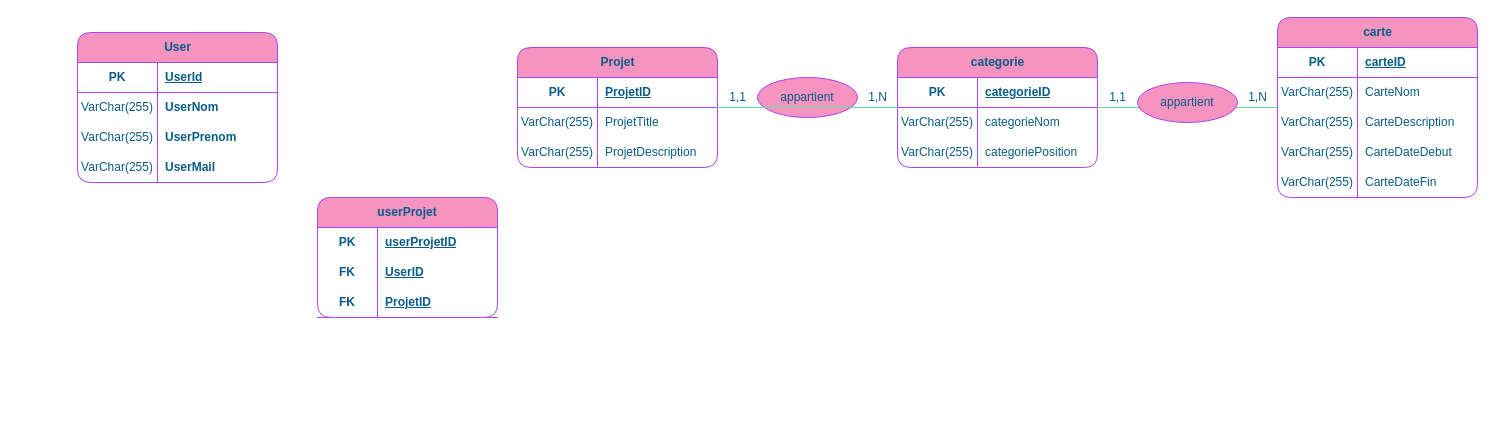
This is page "MLD" (2 of 2) of projets_fin_annee/site/UAA12/UAA12-25.drawio from Solune-Petit/2024-2025, a draw.io file, before an edit. Source tidied: cells renumbered, new cells numbered last; positions are measured from the earlier drawing's top-left corner, leaving out a move shared by most shapes. Both pictures are drawn from the tidied source at 100%, with x=0, y=0 at pixel (77, 17).
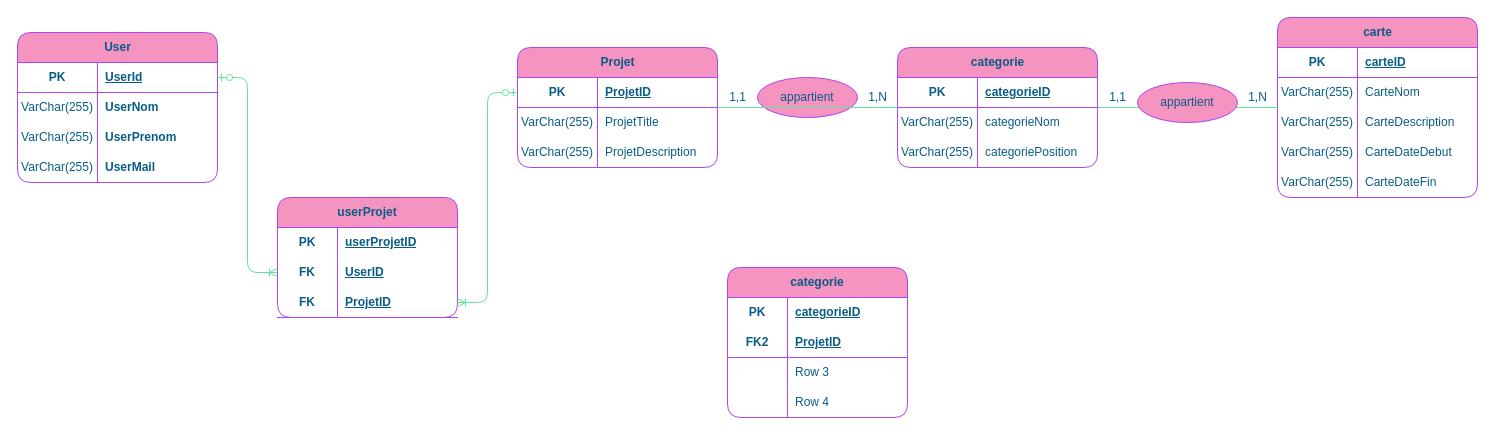
Above is the later version.

Commit message (it also covers changes not shown here):
Mettre à jour UAA12-25.drawio

Unchanged cells that the change refers to:
```xml
<mxCell id="3" style="shape=tableRow;horizontal=0;startSize=0;swimlaneHead=0;swimlaneBody=0;fillColor=none;points=[[0,0.5],[1,0.5]];portConstraint=eastwest;top=0;left=0;right=0;bottom=1;labelBackgroundColor=none;strokeColor=#AF45ED;fontColor=#095C86;rounded=1;" parent="2" vertex="1">
  <mxGeometry y="30" width="200" height="30" as="geometry" />
</mxCell>
<mxCell id="16" style="shape=tableRow;horizontal=0;startSize=0;swimlaneHead=0;swimlaneBody=0;fillColor=none;points=[[0,0.5],[1,0.5]];portConstraint=eastwest;top=0;left=0;right=0;bottom=1;labelBackgroundColor=none;strokeColor=#AF45ED;fontColor=#095C86;rounded=1;" parent="15" vertex="1">
  <mxGeometry y="30" width="200" height="30" as="geometry" />
</mxCell>
<mxCell id="63" style="shape=tableRow;horizontal=0;startSize=0;swimlaneHead=0;swimlaneBody=0;fillColor=none;points=[[0,0.5],[1,0.5]];portConstraint=eastwest;top=0;left=0;right=0;bottom=0;html=1;labelBackgroundColor=none;strokeColor=#AF45ED;fontColor=#095C86;rounded=1;" parent="59" vertex="1">
  <mxGeometry y="60" width="180" height="30" as="geometry" />
</mxCell>
<mxCell id="66" style="shape=tableRow;horizontal=0;startSize=0;swimlaneHead=0;swimlaneBody=0;fillColor=none;points=[[0,0.5],[1,0.5]];portConstraint=eastwest;top=0;left=0;right=0;bottom=1;html=1;labelBackgroundColor=none;strokeColor=#AF45ED;fontColor=#095C86;rounded=1;" parent="59" vertex="1">
  <mxGeometry y="90" width="180" height="30" as="geometry" />
</mxCell>
```

The edit, as a diff of the source:
```diff
@@
     <mxCell id="2" value="User" style="shape=table;startSize=30;childLayout=tableLayout;rowLines=0;fontStyle=1;align=center;html=1;labelBackgroundColor=none;fillColor=#F694C1;strokeColor=#AF45ED;fontColor=#095C86;rounded=1;" parent="1" vertex="1">
-      <mxGeometry y="15" width="200" height="150" as="geometry" />
+      <mxGeometry x="-60" y="15" width="200" height="150" as="geometry" />
     </mxCell>
@@
     <mxCell id="59" value="userProjet" style="shape=table;startSize=30;childLayout=tableLayout;rowLines=0;fontStyle=1;align=center;html=1;whiteSpace=wrap;labelBackgroundColor=none;fillColor=#F694C1;strokeColor=#AF45ED;fontColor=#095C86;rounded=1;" parent="1" vertex="1">
-      <mxGeometry x="240" y="180" width="180" height="120" as="geometry" />
+      <mxGeometry x="200" y="180" width="180" height="120" as="geometry" />
     </mxCell>
@@
+    <mxCell id="69" style="edgeStyle=entityRelationEdgeStyle;fontSize=12;html=1;endArrow=ERoneToMany;startArrow=ERzeroToOne;rounded=1;strokeColor=#60E696;fontColor=#095C86;fillColor=#F694C1;" parent="1" edge="1" source="3" target="63">
+      <mxGeometry relative="1" as="geometry" />
+    </mxCell>
+    <mxCell id="70" style="edgeStyle=entityRelationEdgeStyle;fontSize=12;html=1;endArrow=ERoneToMany;startArrow=ERzeroToOne;rounded=1;strokeColor=#60E696;fontColor=#095C86;fillColor=#F694C1;" parent="1" edge="1" source="16" target="66">
+      <mxGeometry relative="1" as="geometry" />
+    </mxCell>
+    <mxCell id="71" value="&lt;span style=&quot;text-wrap-mode: nowrap;&quot;&gt;categorie&lt;/span&gt;" style="shape=table;startSize=30;childLayout=tableLayout;rowLines=0;fontStyle=1;align=center;html=1;whiteSpace=wrap;rounded=1;strokeColor=#AF45ED;fontColor=#095C86;fillColor=#F694C1;" parent="1" vertex="1">
+      <mxGeometry x="650" y="250" width="180" height="150" as="geometry" />
+    </mxCell>
+    <mxCell id="72" style="shape=tableRow;horizontal=0;startSize=0;swimlaneHead=0;swimlaneBody=0;fillColor=none;top=0;left=0;right=0;bottom=0;html=1;rounded=1;strokeColor=#AF45ED;fontColor=#095C86;" parent="71" vertex="1">
+      <mxGeometry y="30" width="180" height="30" as="geometry" />
+    </mxCell>
+    <mxCell id="73" value="PK" style="shape=partialRectangle;fillColor=none;top=0;left=0;bottom=0;right=0;fontStyle=1;overflow=hidden;html=1;whiteSpace=wrap;rounded=1;strokeColor=#AF45ED;fontColor=#095C86;" parent="72" vertex="1">
+      <mxGeometry width="60" height="30" as="geometry" />
+    </mxCell>
+    <mxCell id="74" value="categorieID" style="shape=partialRectangle;fillColor=none;top=0;left=0;bottom=0;right=0;align=left;spacingLeft=6;fontStyle=5;overflow=hidden;html=1;whiteSpace=wrap;rounded=1;strokeColor=#AF45ED;fontColor=#095C86;" parent="72" vertex="1">
+      <mxGeometry x="60" width="120" height="30" as="geometry" />
+    </mxCell>
+    <mxCell id="75" style="shape=tableRow;horizontal=0;startSize=0;swimlaneHead=0;swimlaneBody=0;fillColor=none;top=0;left=0;right=0;bottom=1;html=1;rounded=1;strokeColor=#AF45ED;fontColor=#095C86;" parent="71" vertex="1">
+      <mxGeometry y="60" width="180" height="30" as="geometry" />
+    </mxCell>
+    <mxCell id="76" value="FK2" style="shape=partialRectangle;fillColor=none;top=0;left=0;bottom=0;right=0;fontStyle=1;overflow=hidden;html=1;whiteSpace=wrap;rounded=1;strokeColor=#AF45ED;fontColor=#095C86;" parent="75" vertex="1">
+      <mxGeometry width="60" height="30" as="geometry" />
+    </mxCell>
+    <mxCell id="77" value="ProjetID" style="shape=partialRectangle;fillColor=none;top=0;left=0;bottom=0;right=0;align=left;spacingLeft=6;fontStyle=5;overflow=hidden;html=1;whiteSpace=wrap;rounded=1;strokeColor=#AF45ED;fontColor=#095C86;" parent="75" vertex="1">
+      <mxGeometry x="60" width="120" height="30" as="geometry" />
+    </mxCell>
+    <mxCell id="78" style="shape=tableRow;horizontal=0;startSize=0;swimlaneHead=0;swimlaneBody=0;fillColor=none;top=0;left=0;right=0;bottom=0;html=1;rounded=1;strokeColor=#AF45ED;fontColor=#095C86;" parent="71" vertex="1">
+      <mxGeometry y="90" width="180" height="30" as="geometry" />
+    </mxCell>
+    <mxCell id="79" style="shape=partialRectangle;fillColor=none;top=0;left=0;bottom=0;right=0;overflow=hidden;html=1;whiteSpace=wrap;rounded=1;strokeColor=#AF45ED;fontColor=#095C86;" parent="78" vertex="1">
+      <mxGeometry width="60" height="30" as="geometry" />
+    </mxCell>
+    <mxCell id="80" value="Row 3" style="shape=partialRectangle;fillColor=none;top=0;left=0;bottom=0;right=0;align=left;spacingLeft=6;overflow=hidden;html=1;whiteSpace=wrap;rounded=1;strokeColor=#AF45ED;fontColor=#095C86;" parent="78" vertex="1">
+      <mxGeometry x="60" width="120" height="30" as="geometry" />
+    </mxCell>
+    <mxCell id="81" style="shape=tableRow;horizontal=0;startSize=0;swimlaneHead=0;swimlaneBody=0;fillColor=none;top=0;left=0;right=0;bottom=0;html=1;rounded=1;strokeColor=#AF45ED;fontColor=#095C86;" parent="71" vertex="1">
+      <mxGeometry y="120" width="180" height="30" as="geometry" />
+    </mxCell>
+    <mxCell id="82" style="shape=partialRectangle;fillColor=none;top=0;left=0;bottom=0;right=0;overflow=hidden;html=1;whiteSpace=wrap;rounded=1;strokeColor=#AF45ED;fontColor=#095C86;" parent="81" vertex="1">
+      <mxGeometry width="60" height="30" as="geometry" />
+    </mxCell>
+    <mxCell id="83" value="Row 4" style="shape=partialRectangle;fillColor=none;top=0;left=0;bottom=0;right=0;align=left;spacingLeft=6;overflow=hidden;html=1;whiteSpace=wrap;rounded=1;strokeColor=#AF45ED;fontColor=#095C86;" parent="81" vertex="1">
+      <mxGeometry x="60" width="120" height="30" as="geometry" />
+    </mxCell>
```
